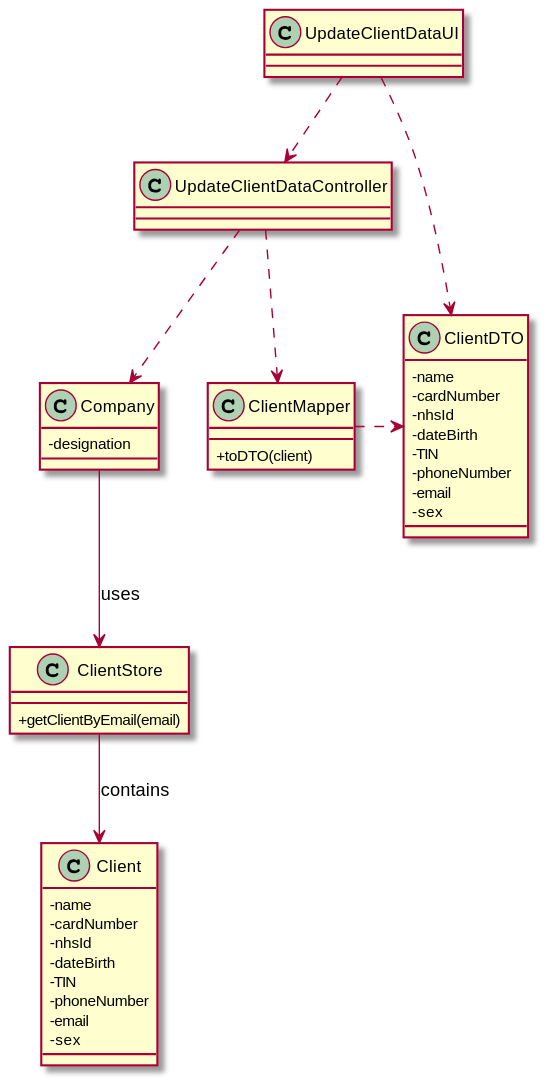
Earlier version of the PlantUML export docs/SprintD/US2/US2_CD.svg (MadDinosaur/ISEP-LAPR2). The source it was exported from:
```plantuml
@startuml
skinparam classAttributeIconSize 0

class Client {
- name
- cardNumber
- nhsId
- dateBirth
- TIN
- phoneNumber
- email
- sex
}
class UpdateClientDataUI
class UpdateClientDataController
class Company {
- designation
}
class ClientStore {
+ getClientByEmail(email)
}
class ClientMapper {
+ toDTO(client)
}
class ClientDTO {
- name
- cardNumber
- nhsId
- dateBirth
- TIN
- phoneNumber
- email
- sex
}

UpdateClientDataUI ..> UpdateClientDataController
UpdateClientDataUI ..> ClientDTO
UpdateClientDataController ..> ClientMapper
ClientMapper .right.> ClientDTO
UpdateClientDataController ..> Company
Company --> ClientStore : uses
ClientStore --> Client : contains
@enduml
```
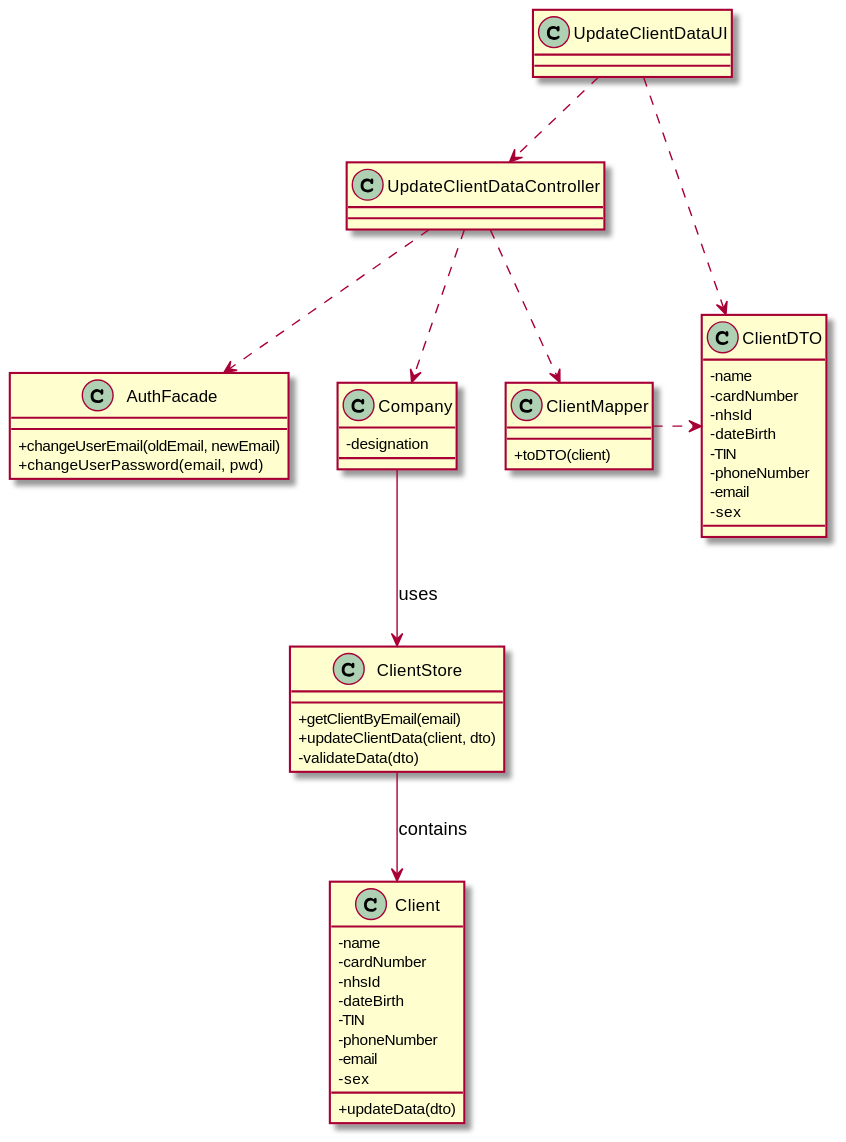
The same diagram one commit later.

The edit, as a diff of the source:
```diff
@@ -1,6 +1,10 @@
 @startuml
 skinparam classAttributeIconSize 0
 
+class AuthFacade {
++ changeUserEmail(oldEmail, newEmail)
++ changeUserPassword(email, pwd)
+}
 class Client {
 - name
 - cardNumber
@@ -10,6 +14,7 @@
 - phoneNumber
 - email
 - sex
++ updateData(dto)
 }
 class UpdateClientDataUI
 class UpdateClientDataController
@@ -18,6 +23,8 @@
 }
 class ClientStore {
 + getClientByEmail(email)
++ updateClientData(client, dto)
+- validateData(dto)
 }
 class ClientMapper {
 + toDTO(client)
@@ -36,6 +43,7 @@
 UpdateClientDataUI ..> UpdateClientDataController
 UpdateClientDataUI ..> ClientDTO
 UpdateClientDataController ..> ClientMapper
+UpdateClientDataController ..> AuthFacade
 ClientMapper .right.> ClientDTO
 UpdateClientDataController ..> Company
 Company --> ClientStore : uses
```
